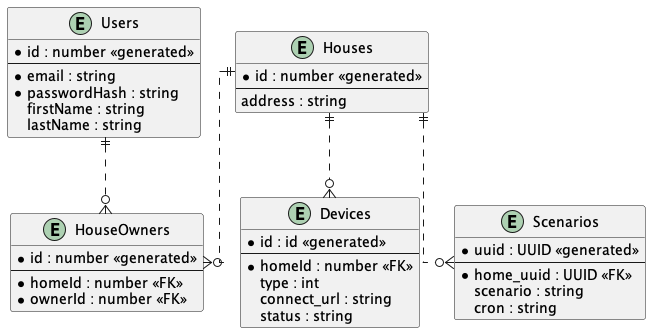
Earlier version of the PlantUML export C4_diagrams/task_3/ErDiagram.png (MrArtemR/architecture-sprint-3).
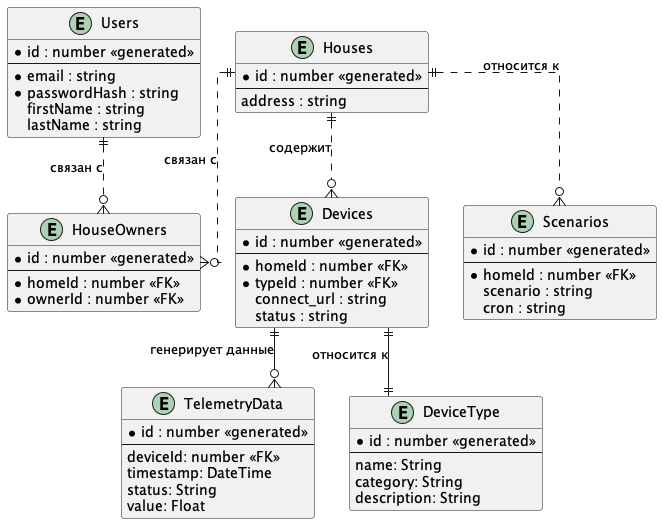
After the change.

What changed in the source:
```diff
@@ -25,25 +25,44 @@
 }
 
 entity Devices {
-  *id : id <<generated>>
+  *id : number <<generated>>
   --
   *homeId : number <<FK>>
-  type : int
+  *typeId : number <<FK>>
   connect_url : string
   status : string
 }
 
 entity Scenarios {
-  *uuid : UUID <<generated>>
+  *id : number <<generated>>
   --
-  *home_uuid : UUID <<FK>>
+  *homeId : number <<FK>>
   scenario : string
   cron : string
 }
 
-Users ||..o{ HouseOwners
-Houses ||..o{ Scenarios
-Houses ||..o{ HouseOwners
-Houses ||..o{ Devices
+entity TelemetryData {
+    * id : number <<generated>>
+    --
+    deviceId: number <<FK>>
+    timestamp: DateTime
+    status: String
+    value: Float
+}
+
+entity DeviceType {
+    * id : number <<generated>>
+    --
+    name: String
+    category: String
+    description: String
+}
+
+Users ||..o{ HouseOwners : "связан с"
+Houses ||..o{ Scenarios : "относится к"
+Houses ||..o{ HouseOwners : связан с
+Houses ||..o{ Devices : "содержит"
+Devices ||--o{ TelemetryData : "генерирует данные"
+Devices ||--|| DeviceType : "относится к"
 
 @enduml
```
